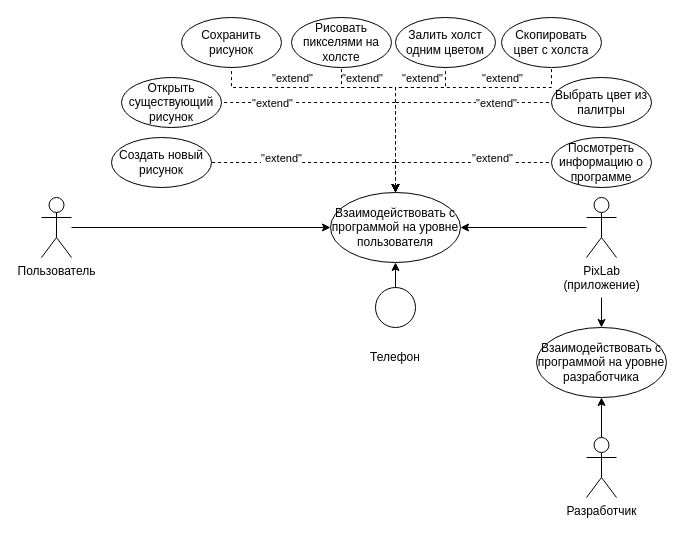
Before: Docs/Диаграммы/Проект_Варианты_использования.drawio in Tetro7/PixLab, a draw.io diagram. Source tidied: cells renumbered, new cells numbered last; positions are measured from the earlier drawing's top-left corner, leaving out a move shared by most shapes. Both pictures are drawn from the tidied source at 100%, with x=0, y=0 at pixel (41, 17).
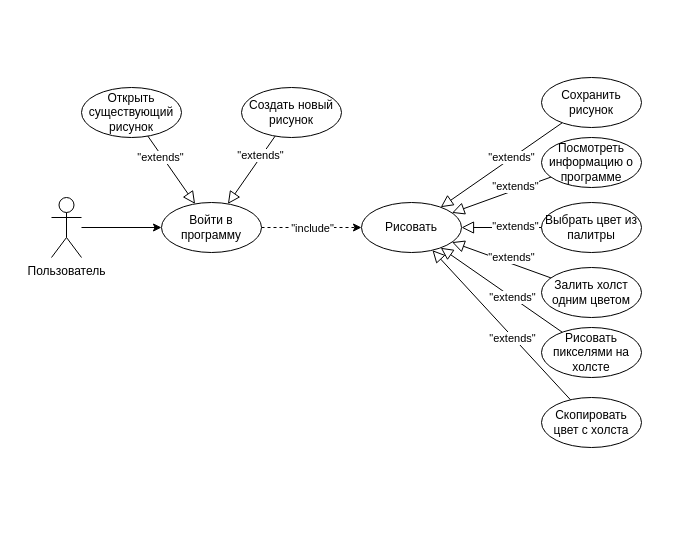
The same page after the edit.

The edit, as a diff of the source:
```diff
@@
-    <mxCell id="2" style="edgeStyle=orthogonalEdgeStyle;rounded=0;jettySize=auto;html=1;entryX=0;entryY=0.5;entryDx=0;entryDy=0;" parent="1" edge="1" source="3" target="26">
-      <mxGeometry relative="1" as="geometry" />
-    </mxCell>
+    <mxCell id="38" style="edgeStyle=orthogonalEdgeStyle;rounded=0;jettySize=auto;html=1;entryX=0;entryY=0.5;entryDx=0;entryDy=0;" parent="1" edge="1" source="3" target="57">
+      <mxGeometry relative="1" as="geometry" />
+    </mxCell>
     <mxCell id="3" value="Пользователь" style="shape=umlActor;verticalLabelPosition=bottom;verticalAlign=top;html=1;outlineConnect=0;" parent="1" vertex="1">
-      <mxGeometry y="180" width="30" height="60" as="geometry" />
+      <mxGeometry x="10" y="180" width="30" height="60" as="geometry" />
     </mxCell>
+    <mxCell id="39" style="rounded=0;jettySize=auto;html=1;endArrow=block;endFill=0;startSize=7;endSize=10;" parent="1" edge="1" source="4" target="57">
+      <mxGeometry relative="1" as="geometry" />
+    </mxCell>
+    <mxCell id="40" value="&quot;extends&quot;" style="edgeLabel;html=1;align=center;verticalAlign=middle;" parent="39" vertex="1">
+      <mxGeometry x="-0.42" y="-2" relative="1" as="geometry" />
+    </mxCell>
     <mxCell id="4" value="Создать новый&lt;br&gt;рисунок" style="ellipse;whiteSpace=wrap;html=1;" parent="1" vertex="1">
-      <mxGeometry x="70" y="120" width="100" height="50" as="geometry" />
+      <mxGeometry x="200" y="70" width="100" height="50" as="geometry" />
     </mxCell>
-    <mxCell id="5" style="edgeStyle=orthogonalEdgeStyle;rounded=0;jettySize=auto;html=1;entryX=0.5;entryY=1;entryDx=0;entryDy=0;startArrow=none;startFill=0;endArrow=classic;endFill=1;" parent="1" edge="1" source="6" target="37">
-      <mxGeometry relative="1" as="geometry" />
-    </mxCell>
-    <mxCell id="6" value="Разработчик" style="shape=umlActor;verticalLabelPosition=bottom;verticalAlign=top;html=1;outlineConnect=0;" parent="1" vertex="1">
-      <mxGeometry x="545" y="420" width="30" height="60" as="geometry" />
-    </mxCell>
-    <mxCell id="7" style="edgeStyle=orthogonalEdgeStyle;rounded=0;jettySize=auto;html=1;entryX=1;entryY=0.5;entryDx=0;entryDy=0;startArrow=none;startFill=0;endArrow=classic;endFill=1;" parent="1" edge="1" source="9" target="26">
-      <mxGeometry relative="1" as="geometry" />
-    </mxCell>
-    <mxCell id="8" style="edgeStyle=orthogonalEdgeStyle;rounded=0;jettySize=auto;html=1;entryX=0.5;entryY=0;entryDx=0;entryDy=0;startArrow=none;startFill=0;endArrow=classic;endFill=1;" parent="1" edge="1" target="37">
-      <mxGeometry relative="1" as="geometry">
-        <mxPoint x="560" y="280" as="sourcePoint" />
-      </mxGeometry>
-    </mxCell>
-    <mxCell id="9" value="PixLab &lt;br&gt;(приложение)" style="shape=umlActor;verticalLabelPosition=bottom;verticalAlign=top;html=1;outlineConnect=0;" parent="1" vertex="1">
-      <mxGeometry x="545" y="180" width="30" height="60" as="geometry" />
-    </mxCell>
+    <mxCell id="41" style="rounded=0;jettySize=auto;html=1;endArrow=block;endFill=0;endSize=10;" parent="1" edge="1" source="10" target="57">
+      <mxGeometry relative="1" as="geometry" />
+    </mxCell>
+    <mxCell id="42" value="&quot;extends&quot;" style="edgeLabel;html=1;align=center;verticalAlign=middle;" parent="41" vertex="1">
+      <mxGeometry x="-0.42" y="-2" relative="1" as="geometry" />
+    </mxCell>
     <mxCell id="10" value="Открыть существующий рисунок" style="ellipse;whiteSpace=wrap;html=1;" parent="1" vertex="1">
-      <mxGeometry x="80" y="60" width="100" height="50" as="geometry" />
+      <mxGeometry x="40" y="70" width="100" height="50" as="geometry" />
     </mxCell>
+    <mxCell id="43" style="rounded=0;jettySize=auto;html=1;startArrow=none;startFill=0;endArrow=block;endFill=0;endSize=10;" parent="1" edge="1" source="11" target="58">
+      <mxGeometry relative="1" as="geometry" />
+    </mxCell>
+    <mxCell id="44" value="&quot;extends&quot;" style="edgeLabel;html=1;align=center;verticalAlign=middle;" parent="43" vertex="1">
+      <mxGeometry x="0.17" y="-2" relative="1" as="geometry">
+        <mxPoint x="21.8" y="-13.3" as="offset" />
+      </mxGeometry>
+    </mxCell>
     <mxCell id="11" value="Сохранить рисунок" style="ellipse;whiteSpace=wrap;html=1;" parent="1" vertex="1">
-      <mxGeometry x="140" width="100" height="50" as="geometry" />
+      <mxGeometry x="500" y="60" width="100" height="50" as="geometry" />
     </mxCell>
+    <mxCell id="45" style="rounded=0;jettySize=auto;html=1;startArrow=none;startFill=0;endArrow=block;endFill=0;endSize=10;" parent="1" edge="1" source="12" target="58">
+      <mxGeometry relative="1" as="geometry" />
+    </mxCell>
+    <mxCell id="46" value="&quot;extends&quot;" style="edgeLabel;html=1;align=center;verticalAlign=middle;" parent="45" vertex="1">
+      <mxGeometry x="-0.42" y="-1" relative="1" as="geometry">
+        <mxPoint x="-16" y="-9.4" as="offset" />
+      </mxGeometry>
+    </mxCell>
     <mxCell id="12" value="Рисовать пикселями на холсте" style="ellipse;whiteSpace=wrap;html=1;" parent="1" vertex="1">
-      <mxGeometry x="250" width="100" height="50" as="geometry" />
+      <mxGeometry x="500" y="310" width="100" height="50" as="geometry" />
     </mxCell>
+    <mxCell id="47" style="rounded=0;jettySize=auto;html=1;startArrow=none;startFill=0;endArrow=block;endFill=0;endSize=10;" parent="1" edge="1" source="13" target="58">
+      <mxGeometry relative="1" as="geometry" />
+    </mxCell>
+    <mxCell id="48" value="&quot;extends&quot;" style="edgeLabel;html=1;align=center;verticalAlign=middle;" parent="47" vertex="1">
+      <mxGeometry x="-0.4" y="-4" relative="1" as="geometry">
+        <mxPoint x="-11.6" y="-6.1" as="offset" />
+      </mxGeometry>
+    </mxCell>
     <mxCell id="13" value="Залить холст одним цветом" style="ellipse;whiteSpace=wrap;html=1;" parent="1" vertex="1">
-      <mxGeometry x="354" width="100" height="50" as="geometry" />
+      <mxGeometry x="500" y="250" width="100" height="50" as="geometry" />
     </mxCell>
+    <mxCell id="49" style="rounded=0;jettySize=auto;html=1;startArrow=none;startFill=0;endArrow=block;endFill=0;endSize=10;" parent="1" edge="1" source="14" target="58">
+      <mxGeometry relative="1" as="geometry" />
+    </mxCell>
+    <mxCell id="50" value="&quot;extends&quot;" style="edgeLabel;html=1;align=center;verticalAlign=middle;" parent="49" vertex="1">
+      <mxGeometry x="0.23" y="-3" relative="1" as="geometry">
+        <mxPoint x="23.6" y="31.6" as="offset" />
+      </mxGeometry>
+    </mxCell>
     <mxCell id="14" value="Скопировать цвет с холста" style="ellipse;whiteSpace=wrap;html=1;" parent="1" vertex="1">
-      <mxGeometry x="460" width="100" height="50" as="geometry" />
+      <mxGeometry x="500" y="380" width="100" height="50" as="geometry" />
     </mxCell>
+    <mxCell id="51" style="rounded=0;jettySize=auto;html=1;startArrow=none;startFill=0;endArrow=block;endFill=0;endSize=10;" parent="1" edge="1" source="15" target="58">
+      <mxGeometry relative="1" as="geometry" />
+    </mxCell>
+    <mxCell id="52" value="&quot;extends&quot;" style="edgeLabel;html=1;align=center;verticalAlign=middle;" parent="51" vertex="1">
+      <mxGeometry x="-0.33" y="-2" relative="1" as="geometry" />
+    </mxCell>
     <mxCell id="15" value="Выбрать цвет из палитры" style="ellipse;whiteSpace=wrap;html=1;" parent="1" vertex="1">
-      <mxGeometry x="510" y="60" width="100" height="50" as="geometry" />
+      <mxGeometry x="500" y="185" width="100" height="50" as="geometry" />
     </mxCell>
+    <mxCell id="53" style="rounded=0;jettySize=auto;html=1;startArrow=none;startFill=0;endArrow=block;endFill=0;endSize=10;" parent="1" edge="1" source="16" target="58">
+      <mxGeometry relative="1" as="geometry" />
+    </mxCell>
+    <mxCell id="54" value="&quot;extends&quot;" style="edgeLabel;html=1;align=center;verticalAlign=middle;" parent="53" vertex="1">
+      <mxGeometry x="-0.29" y="-4" relative="1" as="geometry" />
+    </mxCell>
     <mxCell id="16" value="Посмотреть информацию о программе" style="ellipse;whiteSpace=wrap;html=1;" parent="1" vertex="1">
-      <mxGeometry x="510" y="120" width="100" height="50" as="geometry" />
+      <mxGeometry x="500" y="120" width="100" height="50" as="geometry" />
     </mxCell>
-    <mxCell id="17" style="rounded=0;jettySize=auto;html=1;entryX=1;entryY=0.5;entryDx=0;entryDy=0;exitX=0.5;exitY=0;exitDx=0;exitDy=0;dashed=1;startArrow=classic;startFill=1;endArrow=none;endFill=0;edgeStyle=orthogonalEdgeStyle;" parent="1" edge="1" source="26" target="4">
-      <mxGeometry relative="1" as="geometry" />
-    </mxCell>
-    <mxCell id="18" value="&quot;extend&quot;" style="edgeLabel;html=1;align=center;verticalAlign=middle;" parent="17" vertex="1">
-      <mxGeometry x="0.39" y="-3" relative="1" as="geometry">
-        <mxPoint x="4" y="-2" as="offset" />
-      </mxGeometry>
-    </mxCell>
-    <mxCell id="19" style="rounded=0;jettySize=auto;html=1;entryX=1;entryY=0.5;entryDx=0;entryDy=0;exitX=0.5;exitY=0;exitDx=0;exitDy=0;dashed=1;startArrow=classic;startFill=1;endArrow=none;endFill=0;edgeStyle=orthogonalEdgeStyle;" parent="1" edge="1" source="26" target="10">
-      <mxGeometry relative="1" as="geometry" />
-    </mxCell>
-    <mxCell id="20" style="rounded=0;jettySize=auto;html=1;entryX=0.5;entryY=1;entryDx=0;entryDy=0;exitX=0.5;exitY=0;exitDx=0;exitDy=0;dashed=1;startArrow=classic;startFill=1;endArrow=none;endFill=0;edgeStyle=orthogonalEdgeStyle;" parent="1" edge="1" source="26" target="11">
-      <mxGeometry relative="1" as="geometry">
-        <Array as="points">
-          <mxPoint x="354" y="70" />
-          <mxPoint x="190" y="70" />
-        </Array>
-      </mxGeometry>
-    </mxCell>
-    <mxCell id="21" style="rounded=0;jettySize=auto;html=1;entryX=0.5;entryY=1;entryDx=0;entryDy=0;dashed=1;startArrow=classic;startFill=1;endArrow=none;endFill=0;edgeStyle=orthogonalEdgeStyle;" parent="1" edge="1" source="26" target="12">
-      <mxGeometry relative="1" as="geometry">
-        <Array as="points">
-          <mxPoint x="354" y="70" />
-          <mxPoint x="300" y="70" />
-        </Array>
-      </mxGeometry>
-    </mxCell>
-    <mxCell id="22" style="rounded=0;jettySize=auto;html=1;entryX=0.5;entryY=1;entryDx=0;entryDy=0;exitX=0.5;exitY=0;exitDx=0;exitDy=0;dashed=1;startArrow=classic;startFill=1;endArrow=none;endFill=0;edgeStyle=orthogonalEdgeStyle;" parent="1" edge="1" source="26" target="13">
-      <mxGeometry relative="1" as="geometry">
-        <Array as="points">
-          <mxPoint x="354" y="70" />
-          <mxPoint x="404" y="70" />
-        </Array>
-      </mxGeometry>
-    </mxCell>
-    <mxCell id="23" style="rounded=0;jettySize=auto;html=1;entryX=0.5;entryY=1;entryDx=0;entryDy=0;exitX=0.5;exitY=0;exitDx=0;exitDy=0;dashed=1;startArrow=classic;startFill=1;endArrow=none;endFill=0;edgeStyle=orthogonalEdgeStyle;" parent="1" edge="1" source="26" target="14">
-      <mxGeometry relative="1" as="geometry">
-        <Array as="points">
-          <mxPoint x="354" y="70" />
-          <mxPoint x="510" y="70" />
-        </Array>
-      </mxGeometry>
-    </mxCell>
-    <mxCell id="24" style="rounded=0;jettySize=auto;html=1;entryX=0;entryY=0.5;entryDx=0;entryDy=0;exitX=0.5;exitY=0;exitDx=0;exitDy=0;dashed=1;startArrow=classic;startFill=1;endArrow=none;endFill=0;edgeStyle=orthogonalEdgeStyle;" parent="1" edge="1" source="26" target="15">
-      <mxGeometry relative="1" as="geometry">
-        <Array as="points">
-          <mxPoint x="354" y="85" />
-        </Array>
-      </mxGeometry>
-    </mxCell>
-    <mxCell id="25" style="rounded=0;jettySize=auto;html=1;entryX=0;entryY=0.5;entryDx=0;entryDy=0;exitX=0.5;exitY=0;exitDx=0;exitDy=0;dashed=1;startArrow=classic;startFill=1;endArrow=none;endFill=0;edgeStyle=orthogonalEdgeStyle;" parent="1" edge="1" source="26" target="16">
-      <mxGeometry relative="1" as="geometry" />
-    </mxCell>
-    <mxCell id="26" value="Взаимодействовать с программой на уровне пользователя" style="ellipse;whiteSpace=wrap;html=1;" parent="1" vertex="1">
-      <mxGeometry x="289" y="175" width="130" height="70" as="geometry" />
-    </mxCell>
-    <mxCell id="27" value="&quot;extend&quot;" style="edgeLabel;html=1;align=center;verticalAlign=middle;" parent="1" vertex="1">
-      <mxGeometry x="450" y="140" as="geometry" />
-    </mxCell>
-    <mxCell id="28" value="&quot;extend&quot;" style="edgeLabel;html=1;align=center;verticalAlign=middle;" parent="1" vertex="1">
-      <mxGeometry x="230" y="85" as="geometry" />
-    </mxCell>
-    <mxCell id="29" value="&quot;extend&quot;" style="edgeLabel;html=1;align=center;verticalAlign=middle;" parent="1" vertex="1">
-      <mxGeometry x="250" y="60" as="geometry" />
-    </mxCell>
-    <mxCell id="30" value="&quot;extend&quot;" style="edgeLabel;html=1;align=center;verticalAlign=middle;" parent="1" vertex="1">
-      <mxGeometry x="320" y="60" as="geometry" />
-    </mxCell>
-    <mxCell id="31" value="&quot;extend&quot;" style="edgeLabel;html=1;align=center;verticalAlign=middle;" parent="1" vertex="1">
-      <mxGeometry x="380" y="60" as="geometry" />
-    </mxCell>
-    <mxCell id="32" value="&quot;extend&quot;" style="edgeLabel;html=1;align=center;verticalAlign=middle;" parent="1" vertex="1">
-      <mxGeometry x="460" y="60" as="geometry" />
-    </mxCell>
-    <mxCell id="33" value="&quot;extend&quot;" style="edgeLabel;html=1;align=center;verticalAlign=middle;" parent="1" vertex="1">
-      <mxGeometry x="454" y="85" as="geometry" />
-    </mxCell>
-    <mxCell id="34" style="edgeStyle=orthogonalEdgeStyle;rounded=0;jettySize=auto;html=1;entryX=0.5;entryY=1;entryDx=0;entryDy=0;startArrow=none;startFill=0;endArrow=classic;endFill=1;" parent="1" edge="1" source="35" target="26">
-      <mxGeometry relative="1" as="geometry" />
-    </mxCell>
-    <mxCell id="35" style="ellipse;whiteSpace=wrap;html=1;" parent="1" vertex="1">
-      <mxGeometry x="334" y="270" width="40" height="40" as="geometry" />
-    </mxCell>
-    <mxCell id="36" value="Телефон" style="text;html=1;strokeColor=none;fillColor=none;align=center;verticalAlign=middle;whiteSpace=wrap;rounded=0;" parent="1" vertex="1">
-      <mxGeometry x="334" y="330" width="40" height="20" as="geometry" />
-    </mxCell>
-    <mxCell id="37" value="Взаимодействовать с программой на уровне разработчика" style="ellipse;whiteSpace=wrap;html=1;" parent="1" vertex="1">
-      <mxGeometry x="495" y="310" width="130" height="70" as="geometry" />
-    </mxCell>
+    <mxCell id="55" style="edgeStyle=orthogonalEdgeStyle;rounded=0;jettySize=auto;html=1;dashed=1;" parent="1" edge="1" source="57" target="58">
+      <mxGeometry relative="1" as="geometry" />
+    </mxCell>
+    <mxCell id="56" value="&quot;include&quot;" style="edgeLabel;html=1;align=center;verticalAlign=middle;" parent="55" vertex="1">
+      <mxGeometry x="-0.3" y="-1" relative="1" as="geometry">
+        <mxPoint x="15" y="-1" as="offset" />
+      </mxGeometry>
+    </mxCell>
+    <mxCell id="57" value="Войти в программу" style="ellipse;whiteSpace=wrap;html=1;" parent="1" vertex="1">
+      <mxGeometry x="120" y="185" width="100" height="50" as="geometry" />
+    </mxCell>
+    <mxCell id="58" value="Рисовать" style="ellipse;whiteSpace=wrap;html=1;" parent="1" vertex="1">
+      <mxGeometry x="320" y="185" width="100" height="50" as="geometry" />
+    </mxCell>
```
